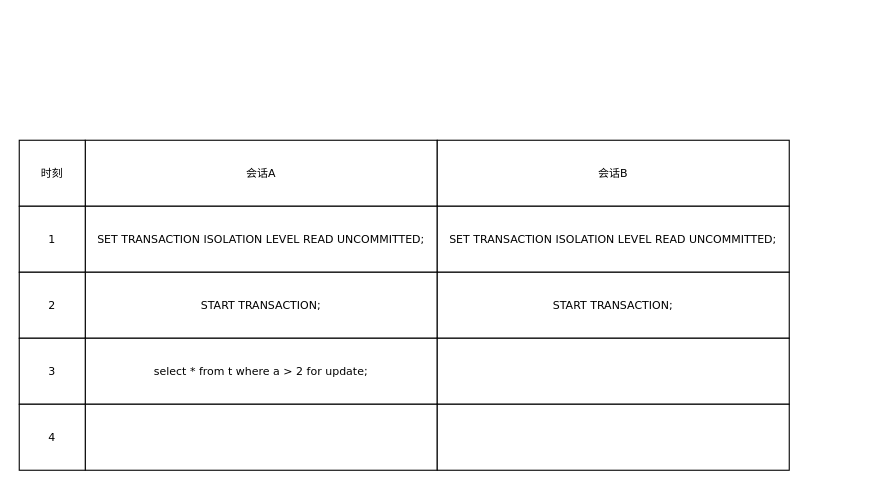
The draw.io diagram 流程图/未命名绘图.drawio in AlpacaMe/Draft, before the edit. Source tidied: cells renumbered, new cells numbered last; positions are measured from the earlier drawing's top-left corner, leaving out a move shared by most shapes. Both pictures are drawn from the tidied source at 110%, with x=0, y=0 at pixel (19, 140).
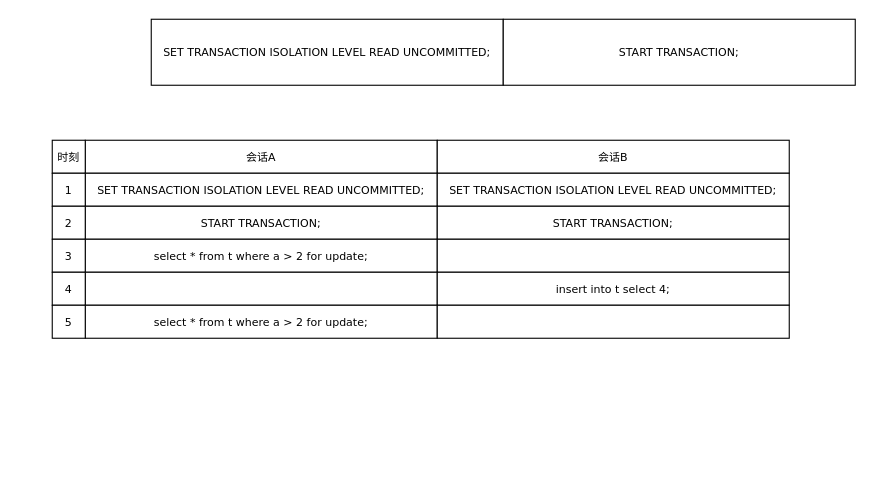
Above is the later version.

Commit message:
更新未命名绘图.drawio

What changed in the source:
```diff
@@
     <mxCell id="2" value="会话A" style="rounded=0;whiteSpace=wrap;html=1;fontFamily=Verdana;fontSize=10;" parent="1" vertex="1">
-      <mxGeometry x="60" width="320" height="60" as="geometry" />
+      <mxGeometry x="60" width="320" height="30" as="geometry" />
     </mxCell>
     <mxCell id="3" value="会话B" style="rounded=0;whiteSpace=wrap;html=1;fontFamily=Verdana;fontSize=10;" parent="1" vertex="1">
-      <mxGeometry x="380" width="320" height="60" as="geometry" />
+      <mxGeometry x="380" width="320" height="30" as="geometry" />
     </mxCell>
     <mxCell id="4" value="时刻" style="whiteSpace=wrap;html=1;fontFamily=Verdana;fontSize=10;" parent="1" vertex="1">
-      <mxGeometry width="60" height="60" as="geometry" />
+      <mxGeometry x="30" width="30" height="30" as="geometry" />
     </mxCell>
     <mxCell id="5" value="SET TRANSACTION ISOLATION LEVEL READ UNCOMMITTED;" style="rounded=0;whiteSpace=wrap;html=1;fontFamily=Verdana;fontSize=10;" parent="1" vertex="1">
-      <mxGeometry x="60" y="60" width="320" height="60" as="geometry" />
+      <mxGeometry x="120" y="-110" width="320" height="60" as="geometry" />
     </mxCell>
-    <mxCell id="6" value="SET TRANSACTION ISOLATION LEVEL READ UNCOMMITTED;" style="rounded=0;whiteSpace=wrap;html=1;fontFamily=Verdana;fontSize=10;" parent="1" vertex="1">
-      <mxGeometry x="380" y="60" width="320" height="60" as="geometry" />
-    </mxCell>
+    <mxCell id="9" value="START TRANSACTION;" style="rounded=0;whiteSpace=wrap;html=1;fontFamily=Verdana;fontSize=10;" parent="1" vertex="1">
+      <mxGeometry x="440" y="-110" width="320" height="60" as="geometry" />
+    </mxCell>
+    <mxCell id="17" value="SET TRANSACTION ISOLATION LEVEL READ UNCOMMITTED;" style="rounded=0;whiteSpace=wrap;html=1;fontFamily=Verdana;fontSize=10;" parent="1" vertex="1">
+      <mxGeometry x="60" y="30" width="320" height="30" as="geometry" />
+    </mxCell>
+    <mxCell id="18" value="SET TRANSACTION ISOLATION LEVEL READ UNCOMMITTED;" style="rounded=0;whiteSpace=wrap;html=1;fontFamily=Verdana;fontSize=10;" parent="1" vertex="1">
+      <mxGeometry x="380" y="30" width="320" height="30" as="geometry" />
+    </mxCell>
     <mxCell id="7" value="1" style="whiteSpace=wrap;html=1;fontFamily=Verdana;fontSize=10;" parent="1" vertex="1">
-      <mxGeometry y="60" width="60" height="60" as="geometry" />
+      <mxGeometry x="30" y="30" width="30" height="30" as="geometry" />
     </mxCell>
-    <mxCell id="8" value="START TRANSACTION;" style="rounded=0;whiteSpace=wrap;html=1;fontFamily=Verdana;fontSize=10;" parent="1" vertex="1">
-      <mxGeometry x="60" y="120" width="320" height="60" as="geometry" />
-    </mxCell>
-    <mxCell id="9" value="START TRANSACTION;" style="rounded=0;whiteSpace=wrap;html=1;fontFamily=Verdana;fontSize=10;" parent="1" vertex="1">
-      <mxGeometry x="380" y="120" width="320" height="60" as="geometry" />
-    </mxCell>
+    <mxCell id="19" value="START TRANSACTION;" style="rounded=0;whiteSpace=wrap;html=1;fontFamily=Verdana;fontSize=10;" parent="1" vertex="1">
+      <mxGeometry x="60" y="60" width="320" height="30" as="geometry" />
+    </mxCell>
+    <mxCell id="20" value="START TRANSACTION;" style="rounded=0;whiteSpace=wrap;html=1;fontFamily=Verdana;fontSize=10;" parent="1" vertex="1">
+      <mxGeometry x="380" y="60" width="320" height="30" as="geometry" />
+    </mxCell>
     <mxCell id="10" value="2" style="whiteSpace=wrap;html=1;fontFamily=Verdana;fontSize=10;" parent="1" vertex="1">
-      <mxGeometry y="120" width="60" height="60" as="geometry" />
+      <mxGeometry x="30" y="60" width="30" height="30" as="geometry" />
     </mxCell>
-    <mxCell id="11" value="select * from t where a &amp;gt; 2 for update&lt;span style=&quot;background-color: transparent; color: light-dark(rgb(0, 0, 0), rgb(255, 255, 255));&quot;&gt;;&lt;/span&gt;" style="rounded=0;whiteSpace=wrap;html=1;fontFamily=Verdana;fontSize=10;" parent="1" vertex="1">
-      <mxGeometry x="60" y="180" width="320" height="60" as="geometry" />
-    </mxCell>
-    <mxCell id="12" style="rounded=0;whiteSpace=wrap;html=1;fontFamily=Verdana;fontSize=10;" parent="1" vertex="1">
-      <mxGeometry x="380" y="180" width="320" height="60" as="geometry" />
-    </mxCell>
+    <mxCell id="21" value="select * from t where a &amp;gt; 2 for update;" style="rounded=0;whiteSpace=wrap;html=1;fontFamily=Verdana;fontSize=10;" parent="1" vertex="1">
+      <mxGeometry x="60" y="90" width="320" height="30" as="geometry" />
+    </mxCell>
+    <mxCell id="22" style="rounded=0;whiteSpace=wrap;html=1;fontFamily=Verdana;fontSize=10;" parent="1" vertex="1">
+      <mxGeometry x="380" y="90" width="320" height="30" as="geometry" />
+    </mxCell>
     <mxCell id="13" value="3" style="whiteSpace=wrap;html=1;fontFamily=Verdana;fontSize=10;" parent="1" vertex="1">
-      <mxGeometry y="180" width="60" height="60" as="geometry" />
+      <mxGeometry x="30" y="90" width="30" height="30" as="geometry" />
     </mxCell>
-    <mxCell id="14" style="rounded=0;whiteSpace=wrap;html=1;fontFamily=Verdana;fontSize=10;" parent="1" vertex="1">
-      <mxGeometry x="60" y="240" width="320" height="60" as="geometry" />
-    </mxCell>
-    <mxCell id="15" style="rounded=0;whiteSpace=wrap;html=1;fontFamily=Verdana;fontSize=10;" parent="1" vertex="1">
-      <mxGeometry x="380" y="240" width="320" height="60" as="geometry" />
-    </mxCell>
+    <mxCell id="23" style="rounded=0;whiteSpace=wrap;html=1;fontFamily=Verdana;fontSize=10;" parent="1" vertex="1">
+      <mxGeometry x="60" y="120" width="320" height="30" as="geometry" />
+    </mxCell>
+    <mxCell id="24" value="insert into t select 4;" style="rounded=0;whiteSpace=wrap;html=1;fontFamily=Verdana;fontSize=10;" parent="1" vertex="1">
+      <mxGeometry x="380" y="120" width="320" height="30" as="geometry" />
+    </mxCell>
     <mxCell id="16" value="4" style="whiteSpace=wrap;html=1;fontFamily=Verdana;fontSize=10;" parent="1" vertex="1">
-      <mxGeometry y="240" width="60" height="60" as="geometry" />
+      <mxGeometry x="30" y="120" width="30" height="30" as="geometry" />
     </mxCell>
+    <mxCell id="25" value="select * from t where a &amp;gt; 2 for update;" style="rounded=0;whiteSpace=wrap;html=1;fontFamily=Verdana;fontSize=10;" parent="1" vertex="1">
+      <mxGeometry x="60" y="150" width="320" height="30" as="geometry" />
+    </mxCell>
+    <mxCell id="26" style="rounded=0;whiteSpace=wrap;html=1;fontFamily=Verdana;fontSize=10;" parent="1" vertex="1">
+      <mxGeometry x="380" y="150" width="320" height="30" as="geometry" />
+    </mxCell>
+    <mxCell id="27" value="5" style="whiteSpace=wrap;html=1;fontFamily=Verdana;fontSize=10;" parent="1" vertex="1">
+      <mxGeometry x="30" y="150" width="30" height="30" as="geometry" />
+    </mxCell>
```
